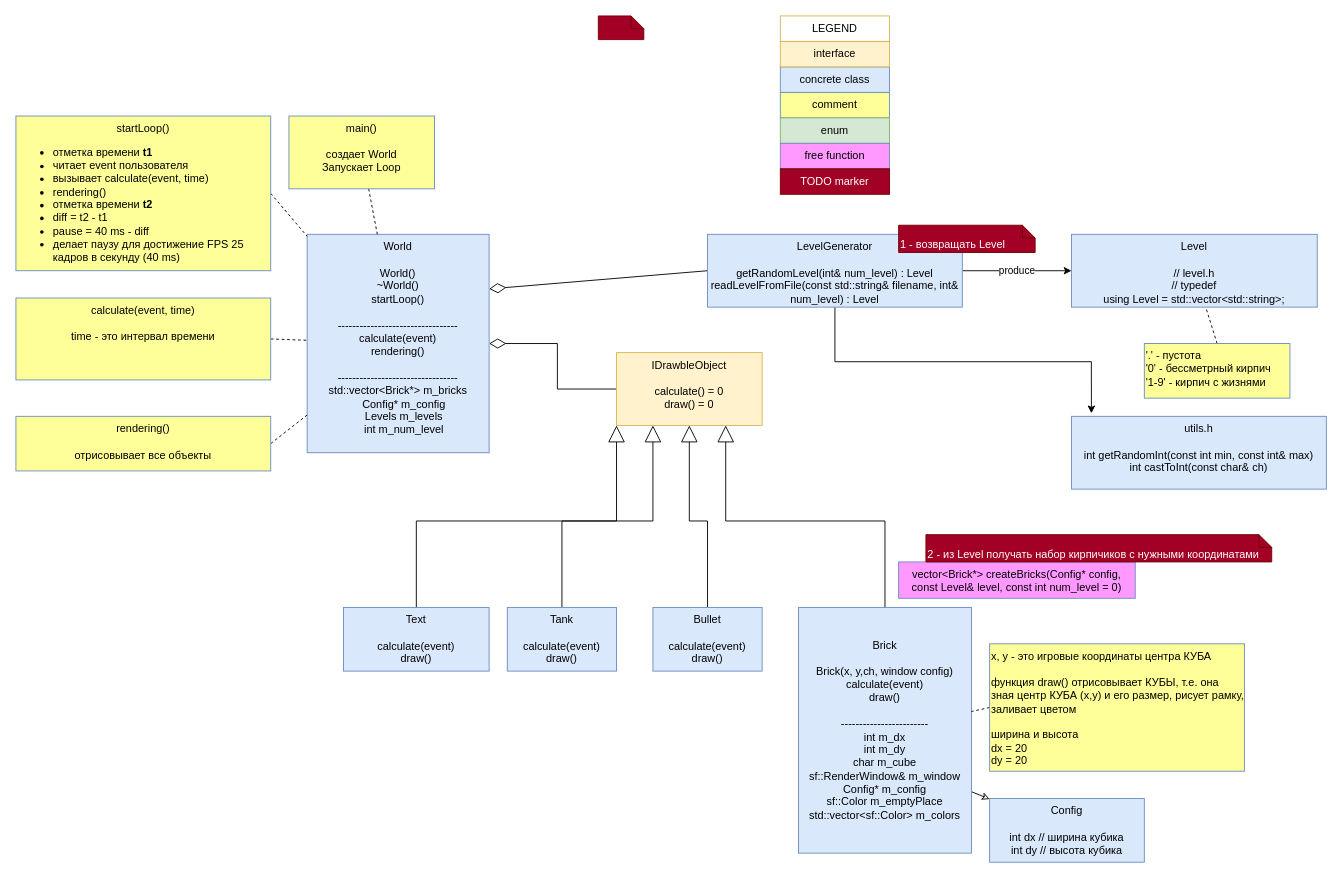
Earlier version of the draw.io diagram page "Page-1" (1 of 3) of TankUML.drawio (ProgProgrammer/tanks2). Source tidied: cells renumbered, new cells numbered last; positions are measured from the earlier drawing's top-left corner, leaving out a move shared by most shapes. Both pictures are drawn from the tidied source at 91%, with x=0, y=0 at pixel (15, 15).
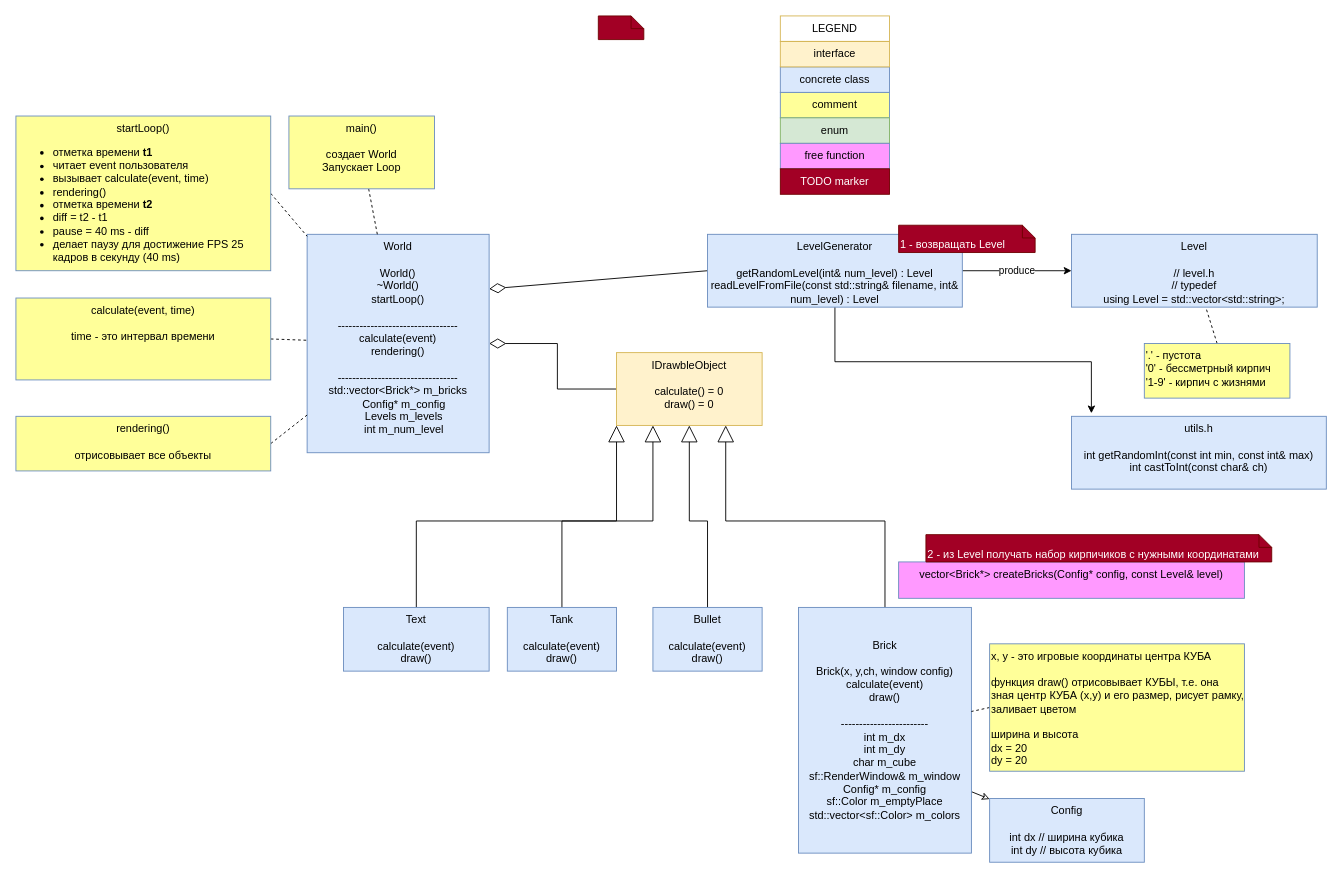
The same diagram, later.

Change to the diagram source:
```diff
@@
-    <mxCell id="40" value="vector&amp;lt;Brick*&amp;gt; createBricks(Config* config, const Level&amp;amp; level, const int num_level = 0)" style="rounded=0;whiteSpace=wrap;html=1;fillColor=#FF99FF;strokeColor=#6c8ebf;verticalAlign=top;" parent="1" vertex="1">
-      <mxGeometry x="970" y="600" width="260" height="40" as="geometry" />
+    <mxCell id="40" value="vector&amp;lt;Brick*&amp;gt; createBricks(Config* config, const Level&amp;amp; level)" style="rounded=0;whiteSpace=wrap;html=1;fillColor=#FF99FF;strokeColor=#6c8ebf;verticalAlign=top;" parent="1" vertex="1">
+      <mxGeometry x="970" y="600" width="380" height="40" as="geometry" />
     </mxCell>
```
